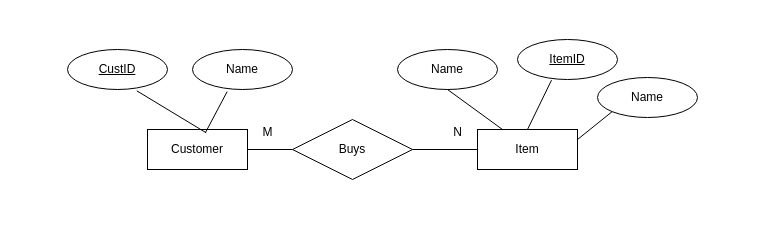
Before: page "Page-1" (1 of 3) of images/Wed_Addams.drawio in brendanpshea/database_sql, a draw.io diagram. Source tidied: cells renumbered, new cells numbered last; positions are measured from the earlier drawing's top-left corner, leaving out a move shared by most shapes. Both pictures are drawn from the tidied source at 100%, with x=0, y=0 at pixel (67, 39).
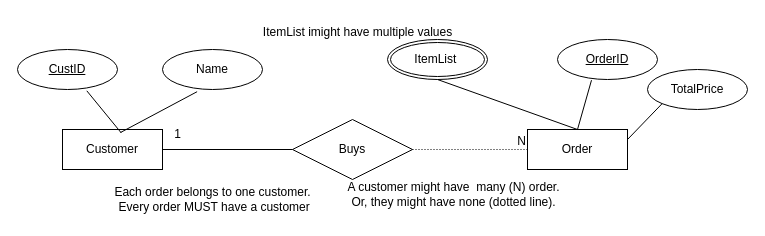
The same diagram, later.

The change refers to these unchanged cells:
```xml
<mxCell id="6" value="Buys" style="shape=rhombus;perimeter=rhombusPerimeter;whiteSpace=wrap;html=1;align=center;" parent="1" vertex="1">
  <mxGeometry x="225" y="80" width="120" height="60" as="geometry" />
</mxCell>
```

Diff of the diagram source:
```diff
@@
     <mxCell id="2" value="Customer" style="whiteSpace=wrap;html=1;align=center;" parent="1" vertex="1">
-      <mxGeometry x="80" y="90" width="100" height="40" as="geometry" />
+      <mxGeometry x="-5" y="90" width="100" height="40" as="geometry" />
     </mxCell>
-    <mxCell id="3" value="Item" style="whiteSpace=wrap;html=1;align=center;" parent="1" vertex="1">
-      <mxGeometry x="410" y="90" width="100" height="40" as="geometry" />
+    <mxCell id="3" value="Order" style="whiteSpace=wrap;html=1;align=center;" parent="1" vertex="1">
+      <mxGeometry x="460" y="90" width="100" height="40" as="geometry" />
     </mxCell>
-    <mxCell id="4" style="endArrow=none;html=1;rounded=0;exitX=1;exitY=0.5;exitDx=0;exitDy=0;entryX=0;entryY=0.5;entryDx=0;entryDy=0;" parent="1" edge="1" source="6" target="3">
-      <mxGeometry relative="1" as="geometry" />
-    </mxCell>
-    <mxCell id="5" style="endArrow=none;html=1;rounded=0;exitX=1;exitY=0.5;exitDx=0;exitDy=0;entryX=0;entryY=0.5;entryDx=0;entryDy=0;" parent="1" edge="1" source="2" target="6">
-      <mxGeometry relative="1" as="geometry" />
-    </mxCell>
@@
     <mxCell id="7" value="Name" style="ellipse;whiteSpace=wrap;html=1;align=center;" parent="1" vertex="1">
-      <mxGeometry x="125" y="10" width="100" height="40" as="geometry" />
+      <mxGeometry x="95" y="10" width="100" height="40" as="geometry" />
     </mxCell>
-    <mxCell id="8" value="M" style="text;html=1;align=center;verticalAlign=middle;strokeColor=none;fillColor=none;" parent="1" vertex="1">
-      <mxGeometry x="185" y="78" width="30" height="30" as="geometry" />
-    </mxCell>
-    <mxCell id="9" value="N" style="text;html=1;align=center;verticalAlign=middle;strokeColor=none;fillColor=none;" parent="1" vertex="1">
-      <mxGeometry x="375" y="78" width="30" height="30" as="geometry" />
-    </mxCell>
@@
     <mxCell id="11" value="CustID" style="ellipse;whiteSpace=wrap;html=1;align=center;fontStyle=4;" parent="1" vertex="1">
-      <mxGeometry y="10" width="100" height="40" as="geometry" />
+      <mxGeometry x="-50" y="10" width="100" height="40" as="geometry" />
     </mxCell>
@@
-    <mxCell id="13" value="Name" style="ellipse;whiteSpace=wrap;html=1;align=center;" parent="1" vertex="1">
-      <mxGeometry x="330" y="10" width="100" height="40" as="geometry" />
-    </mxCell>
-    <mxCell id="14" style="endArrow=none;html=1;rounded=0;exitX=0.25;exitY=0;exitDx=0;exitDy=0;entryX=0.5;entryY=1;entryDx=0;entryDy=0;" parent="1" edge="1" source="3" target="13">
-      <mxGeometry relative="1" as="geometry" />
-    </mxCell>
-    <mxCell id="15" value="ItemID" style="ellipse;whiteSpace=wrap;html=1;align=center;fontStyle=4;" parent="1" vertex="1">
-      <mxGeometry x="450" width="100" height="40" as="geometry" />
+    <mxCell id="15" value="OrderID" style="ellipse;whiteSpace=wrap;html=1;align=center;fontStyle=4;" parent="1" vertex="1">
+      <mxGeometry x="490" width="100" height="40" as="geometry" />
     </mxCell>
@@
-    <mxCell id="17" value="Name" style="ellipse;whiteSpace=wrap;html=1;align=center;" parent="1" vertex="1">
-      <mxGeometry x="530" y="38" width="100" height="40" as="geometry" />
+    <mxCell id="17" value="TotalPrice" style="ellipse;whiteSpace=wrap;html=1;align=center;" parent="1" vertex="1">
+      <mxGeometry x="580" y="30" width="100" height="40" as="geometry" />
     </mxCell>
@@
+    <mxCell id="19" value="ItemList&amp;nbsp;" style="ellipse;shape=doubleEllipse;margin=3;whiteSpace=wrap;html=1;align=center;" parent="1" vertex="1">
+      <mxGeometry x="320" width="100" height="40" as="geometry" />
+    </mxCell>
+    <mxCell id="20" style="endArrow=none;html=1;rounded=0;exitX=0.5;exitY=1;exitDx=0;exitDy=0;entryX=0.5;entryY=0;entryDx=0;entryDy=0;" parent="1" edge="1" source="19" target="3">
+      <mxGeometry relative="1" as="geometry" />
+    </mxCell>
+    <mxCell id="21" value="ItemList imight have multiple values" style="text;html=1;align=center;verticalAlign=middle;strokeColor=none;fillColor=none;" parent="1" vertex="1">
+      <mxGeometry x="185" y="-22" width="210" height="30" as="geometry" />
+    </mxCell>
+    <mxCell id="22" value="Each order belongs to one customer.&lt;br&gt;&amp;nbsp;Every order MUST have a customer" style="text;html=1;align=center;verticalAlign=middle;strokeColor=none;fillColor=none;" parent="1" vertex="1">
+      <mxGeometry x="35" y="140" width="220" height="40" as="geometry" />
+    </mxCell>
+    <mxCell id="5" style="endArrow=none;html=1;rounded=0;exitX=1;exitY=0.5;exitDx=0;exitDy=0;entryX=0;entryY=0.5;entryDx=0;entryDy=0;" parent="1" edge="1" source="2" target="6">
+      <mxGeometry relative="1" as="geometry" />
+    </mxCell>
+    <mxCell id="23" value="1" style="text;html=1;align=center;verticalAlign=middle;strokeColor=none;fillColor=none;" parent="1" vertex="1">
+      <mxGeometry x="95" y="80" width="30" height="30" as="geometry" />
+    </mxCell>
+    <mxCell id="4" style="endArrow=none;html=1;rounded=0;dashed=1;dashPattern=1 2;exitX=1;exitY=0.5;exitDx=0;exitDy=0;entryX=0;entryY=0.5;entryDx=0;entryDy=0;" parent="1" edge="1" source="6" target="3">
+      <mxGeometry relative="1" as="geometry" />
+    </mxCell>
+    <mxCell id="9" value="N" style="html=1;whiteSpace=wrap;align=right;verticalAlign=bottom;" parent="4" vertex="1">
+      <mxGeometry x="1" relative="1" as="geometry" />
+    </mxCell>
+    <mxCell id="24" value="A customer might have&amp;nbsp; many (N) order.&lt;br&gt;Or, they might have none (dotted line)." style="text;html=1;align=center;verticalAlign=middle;strokeColor=none;fillColor=none;" parent="1" vertex="1">
+      <mxGeometry x="266" y="135" width="240" height="40" as="geometry" />
+    </mxCell>
```
